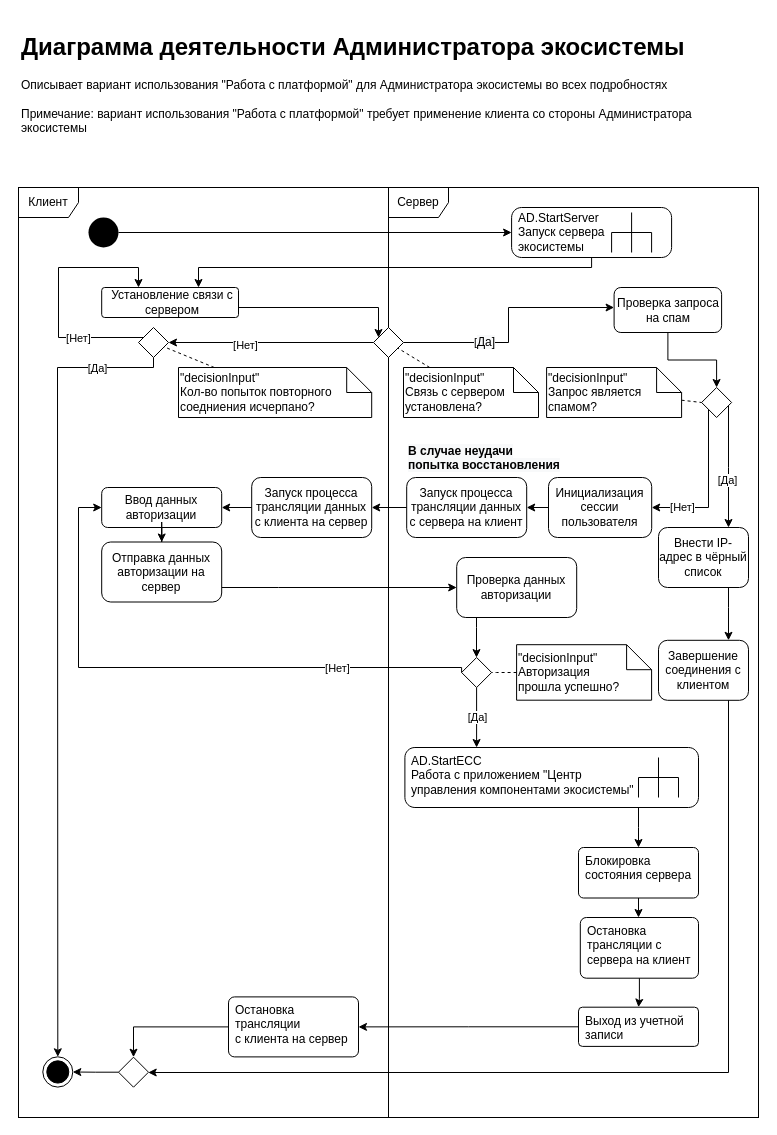
Earlier version of the draw.io diagram architecture/zero-level/activity-diagrams/AD.Administrator.drawio (AVAtarMod/Linux_Ecosystem). Source tidied: cells renumbered, new cells numbered last; positions are measured from the earlier drawing's top-left corner, leaving out a move shared by most shapes. Both pictures are drawn from the tidied source at 100%, with x=0, y=0 at pixel (16, 27).
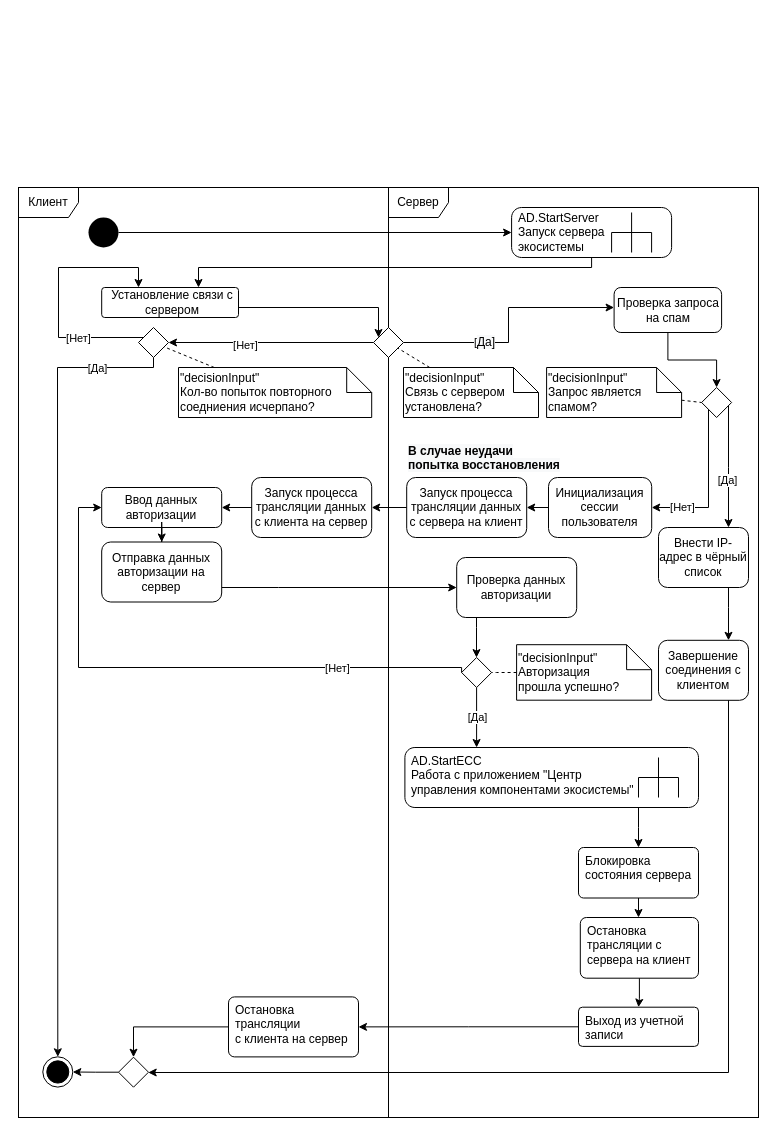
Above is the later version.

Commit message (it also covers changes not shown here):
(architecture) изменено: оформление диаграммы

The edit, as a diff of the source:
```diff
@@
-    <mxCell id="25" value="&lt;h1&gt;Диаграмма деятельности Администратора экосистемы&lt;/h1&gt;&lt;div&gt;Описывает вариант использования &quot;&lt;span style=&quot;background-color: initial;&quot;&gt;Работа с платформой&quot; для Администратора экосистемы во всех подробностях&lt;/span&gt;&lt;/div&gt;&lt;span style=&quot;text-align: center;&quot;&gt;&lt;br&gt;Примечание:&amp;nbsp;&lt;/span&gt;&lt;span style=&quot;background-color: initial;&quot;&gt;вариант использования &quot;&lt;/span&gt;&lt;span style=&quot;text-align: center;&quot;&gt;Работа с платформой&quot; требует применение клиента со стороны Администратора экосистемы&lt;/span&gt;&lt;span style=&quot;text-align: center;&quot;&gt;&lt;br&gt;&lt;/span&gt;" style="text;html=1;strokeColor=none;fillColor=none;spacing=5;spacingTop=-20;whiteSpace=wrap;overflow=hidden;rounded=0;" parent="1" vertex="1">
-      <mxGeometry x="0.1" width="740" height="120" as="geometry" />
-    </mxCell>
@@
     <mxCell id="27" style="edgeStyle=orthogonalEdgeStyle;rounded=0;orthogonalLoop=1;jettySize=auto;html=1;exitX=1;exitY=0.5;exitDx=0;exitDy=0;entryX=1;entryY=0.5;entryDx=0;entryDy=0;" parent="1" edge="1">
       <mxGeometry relative="1" as="geometry">
-        <mxPoint x="1155.2" y="243.2" as="sourcePoint" />
+        <mxPoint x="1155.2" y="403.2" as="sourcePoint" />
       </mxGeometry>
     </mxCell>
@@
     <mxCell id="30" style="edgeStyle=orthogonalEdgeStyle;rounded=0;orthogonalLoop=1;jettySize=auto;html=1;" parent="1" edge="1">
       <mxGeometry relative="1" as="geometry">
-        <mxPoint x="791.4" y="336.1" as="targetPoint" />
+        <mxPoint x="791.4" y="496.1" as="targetPoint" />
       </mxGeometry>
     </mxCell>
     <mxCell id="31" style="edgeStyle=orthogonalEdgeStyle;rounded=0;orthogonalLoop=1;jettySize=auto;html=1;exitX=0.5;exitY=1;exitDx=0;exitDy=0;" parent="1" edge="1">
       <mxGeometry relative="1" as="geometry">
-        <mxPoint x="1087" y="216.4" as="targetPoint" />
+        <mxPoint x="1087" y="376.4" as="targetPoint" />
         <Array as="points">
-          <mxPoint x="745" y="610" />
-          <mxPoint x="1195" y="610" />
-          <mxPoint x="1195" y="190" />
-          <mxPoint x="1087" y="190" />
+          <mxPoint x="745" y="770" />
+          <mxPoint x="1195" y="770" />
+          <mxPoint x="1195" y="350" />
+          <mxPoint x="1087" y="350" />
         </Array>
       </mxGeometry>
     </mxCell>
     <mxCell id="32" style="edgeStyle=orthogonalEdgeStyle;rounded=0;orthogonalLoop=1;jettySize=auto;html=1;startArrow=none;" parent="1" edge="1">
       <mxGeometry relative="1" as="geometry">
-        <mxPoint x="962" y="495.1" as="targetPoint" />
+        <mxPoint x="962" y="655.1" as="targetPoint" />
         <Array as="points">
-          <mxPoint x="975" y="470" />
-          <mxPoint x="975" y="495" />
+          <mxPoint x="975" y="630" />
+          <mxPoint x="975" y="655" />
         </Array>
       </mxGeometry>
     </mxCell>
@@
     <mxCell id="34" style="edgeStyle=orthogonalEdgeStyle;rounded=0;orthogonalLoop=1;jettySize=auto;html=1;endArrow=classic;endFill=1;" parent="1" edge="1">
       <mxGeometry relative="1" as="geometry">
-        <mxPoint x="875.1" y="243.1" as="sourcePoint" />
+        <mxPoint x="875.1" y="403.1" as="sourcePoint" />
         <Array as="points">
-          <mxPoint x="885" y="243" />
-          <mxPoint x="885" y="243" />
+          <mxPoint x="885" y="403" />
+          <mxPoint x="885" y="403" />
         </Array>
       </mxGeometry>
     </mxCell>
     <mxCell id="35" style="edgeStyle=orthogonalEdgeStyle;rounded=0;orthogonalLoop=1;jettySize=auto;html=1;" parent="1" edge="1">
       <mxGeometry relative="1" as="geometry">
-        <mxPoint x="742" y="244.6" as="sourcePoint" />
+        <mxPoint x="742" y="404.6" as="sourcePoint" />
       </mxGeometry>
     </mxCell>
```
